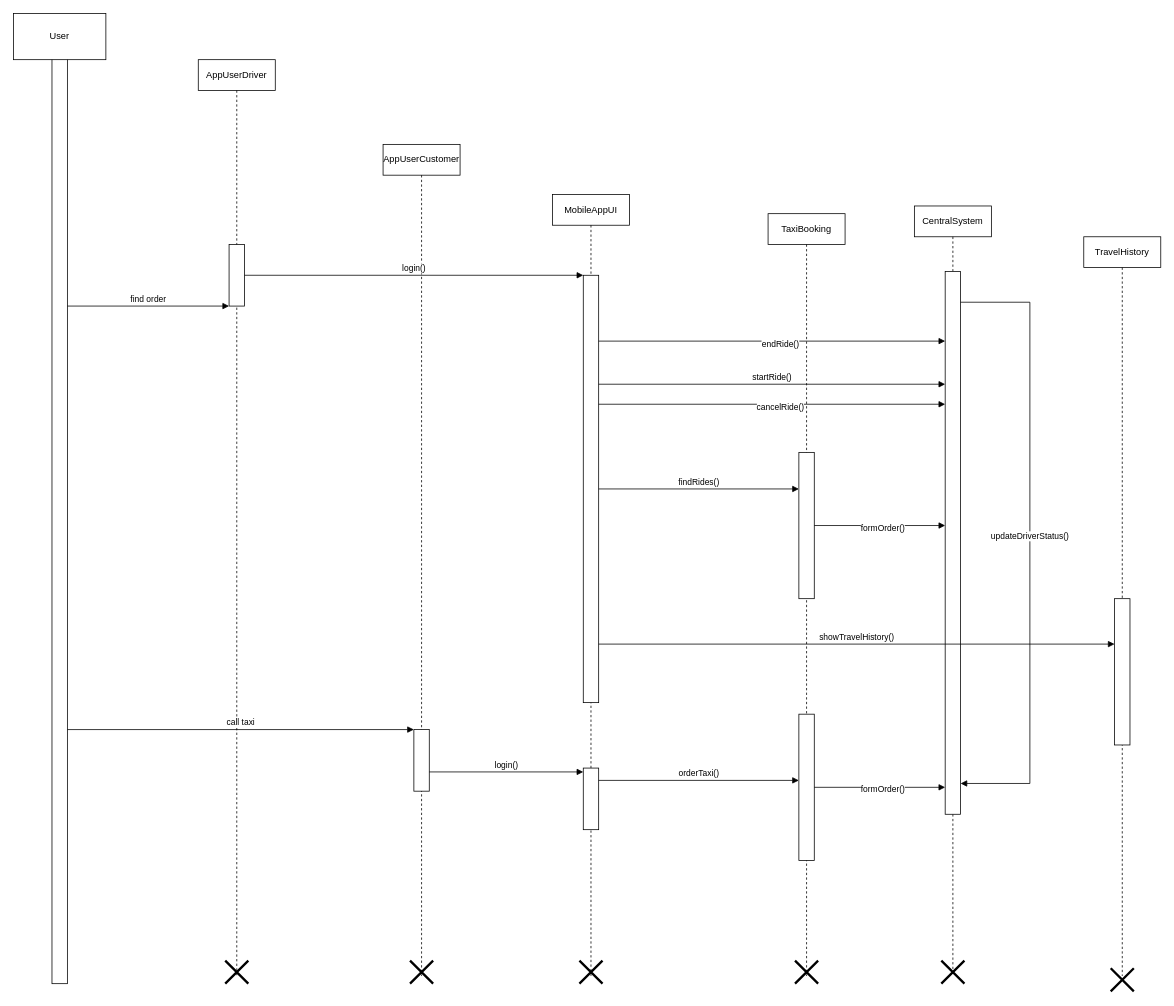
Above: ActionDia.drawio in hard-gainer/UML (draw.io), before the change. Source tidied: cells renumbered, new cells numbered last; positions are measured from the earlier drawing's top-left corner, leaving out a move shared by most shapes. Both pictures are drawn from the tidied source at 77%, with x=0, y=0 at pixel (13, 13).
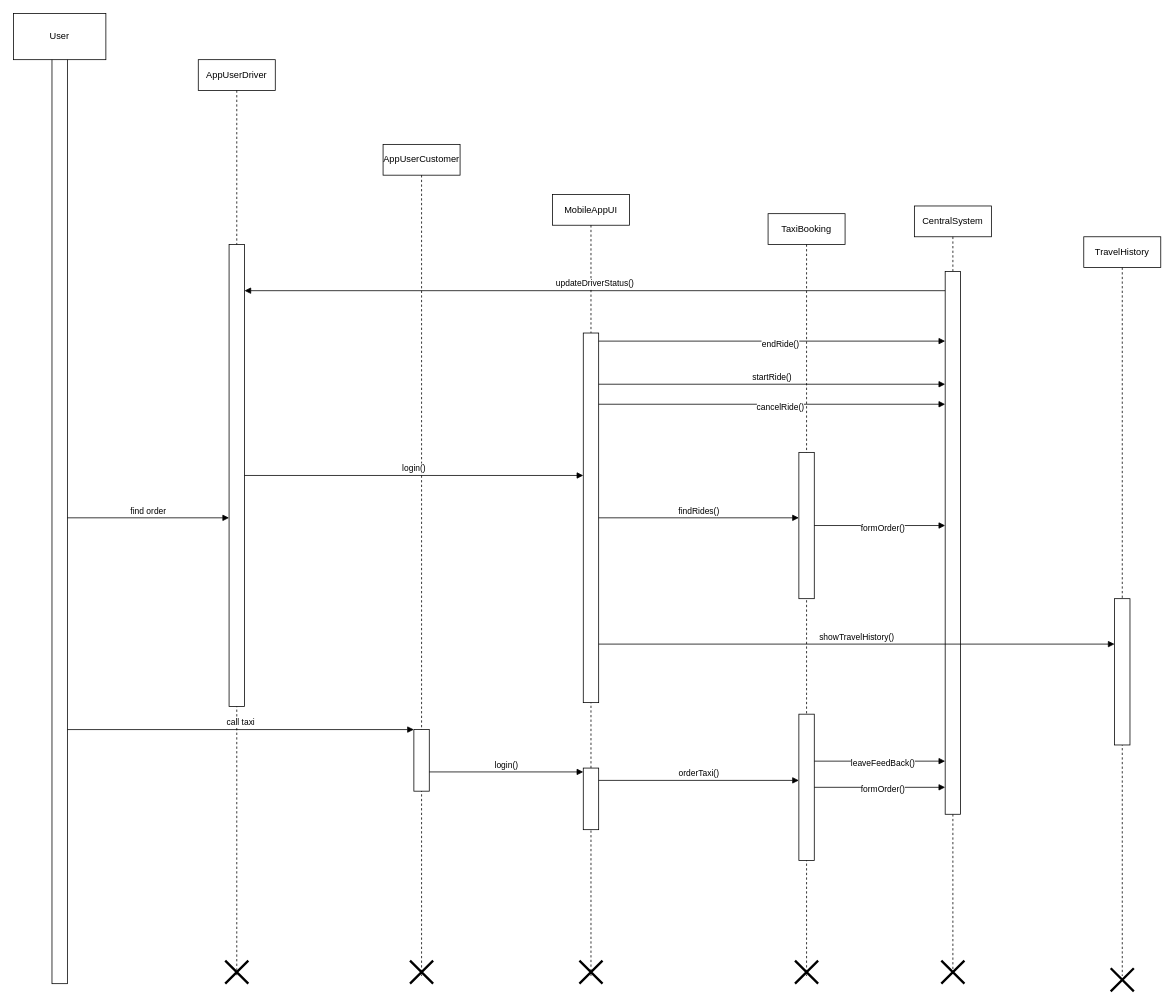
The same diagram, later.

The change refers to these unchanged cells:
```xml
<mxCell id="4" value="MobileAppUI" style="shape=umlLifeline;perimeter=lifelinePerimeter;whiteSpace=wrap;html=1;newEdgeStyle={&quot;edgeStyle&quot;:&quot;elbowEdgeStyle&quot;,&quot;elbow&quot;:&quot;vertical&quot;,&quot;curved&quot;:0,&quot;rounded&quot;:0};" parent="1" vertex="1">
  <mxGeometry x="700" y="235" width="100" height="1015" as="geometry" />
</mxCell>
<mxCell id="8" value="AppUserDriver" style="shape=umlLifeline;perimeter=lifelinePerimeter;whiteSpace=wrap;html=1;newEdgeStyle={&quot;edgeStyle&quot;:&quot;elbowEdgeStyle&quot;,&quot;elbow&quot;:&quot;vertical&quot;,&quot;curved&quot;:0,&quot;rounded&quot;:0};" parent="1" vertex="1">
  <mxGeometry x="240" y="60" width="100" height="1190" as="geometry" />
</mxCell>
<mxCell id="18" value="CentralSystem" style="shape=umlLifeline;perimeter=lifelinePerimeter;whiteSpace=wrap;html=1;newEdgeStyle={&quot;edgeStyle&quot;:&quot;elbowEdgeStyle&quot;,&quot;elbow&quot;:&quot;vertical&quot;,&quot;curved&quot;:0,&quot;rounded&quot;:0};" parent="1" vertex="1">
  <mxGeometry x="1170" y="250" width="100" height="1000" as="geometry" />
</mxCell>
<mxCell id="19" style="html=1;points=[[0,0,0,0,5],[0,1,0,0,-5],[1,0,0,0,5],[1,1,0,0,-5]];perimeter=orthogonalPerimeter;outlineConnect=0;targetShapes=umlLifeline;portConstraint=eastwest;newEdgeStyle={&quot;curved&quot;:0,&quot;rounded&quot;:0};" parent="18" vertex="1">
  <mxGeometry x="40" y="85" width="20" height="705" as="geometry" />
</mxCell>
```

The edit, as a diff of the source:
```diff
@@
     <mxCell id="5" style="html=1;points=[[0,0,0,0,5],[0,1,0,0,-5],[1,0,0,0,5],[1,1,0,0,-5]];perimeter=orthogonalPerimeter;outlineConnect=0;targetShapes=umlLifeline;portConstraint=eastwest;newEdgeStyle={&quot;curved&quot;:0,&quot;rounded&quot;:0};" parent="4" vertex="1">
-      <mxGeometry x="40" y="105" width="20" height="555" as="geometry" />
+      <mxGeometry x="40" y="180" width="20" height="480" as="geometry" />
     </mxCell>
@@
     <mxCell id="9" style="html=1;points=[[0,0,0,0,5],[0,1,0,0,-5],[1,0,0,0,5],[1,1,0,0,-5]];perimeter=orthogonalPerimeter;outlineConnect=0;targetShapes=umlLifeline;portConstraint=eastwest;newEdgeStyle={&quot;curved&quot;:0,&quot;rounded&quot;:0};" parent="8" vertex="1">
-      <mxGeometry x="40" y="240" width="20" height="80" as="geometry" />
+      <mxGeometry x="40" y="240" width="20" height="600" as="geometry" />
     </mxCell>
@@
-    <mxCell id="21" value="updateDriverStatus()" style="html=1;verticalAlign=bottom;endArrow=block;curved=0;rounded=0;" parent="18" edge="1" source="19" target="19">
-      <mxGeometry relative="1" as="geometry">
-        <Array as="points">
-          <mxPoint x="150" y="125" />
-        </Array>
-      </mxGeometry>
-    </mxCell>
@@
+    <mxCell id="21" value="updateDriverStatus()" style="html=1;verticalAlign=bottom;endArrow=block;curved=0;rounded=0;" parent="1" edge="1" source="19" target="9">
+      <mxGeometry relative="1" as="geometry">
+        <Array as="points">
+          <mxPoint x="1210" y="360" />
+        </Array>
+      </mxGeometry>
+    </mxCell>
+    <mxCell id="37" value="leaveFeedBack()" style="html=1;verticalAlign=bottom;endArrow=block;curved=0;rounded=0;" parent="1" edge="1">
+      <mxGeometry x="0.05" y="-12" relative="1" as="geometry">
+        <mxPoint x="1040" y="971" as="sourcePoint" />
+        <mxPoint x="1210" y="971" as="targetPoint" />
+      </mxGeometry>
+    </mxCell>
```
